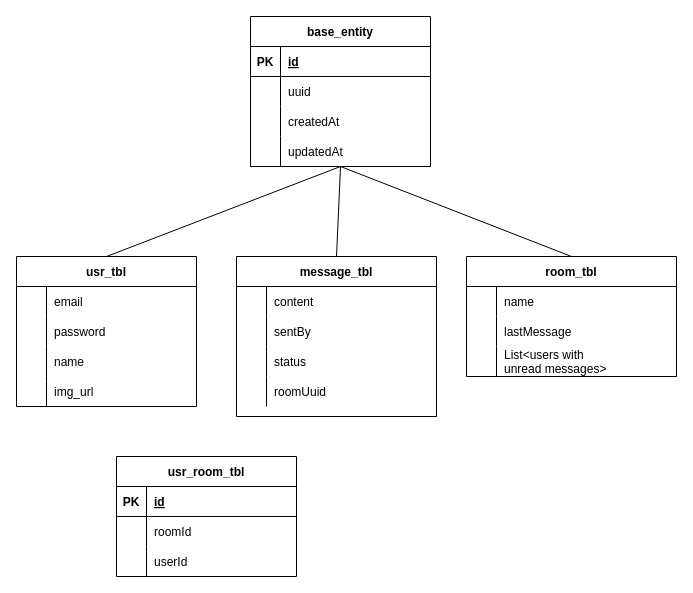
Earlier version of the draw.io diagram page "entities" (3 of 3) of plan.drawio (AyushDocs/whatsapp-spring-cloud-next-clone). Source tidied: cells renumbered, new cells numbered last; positions are measured from the earlier drawing's top-left corner, leaving out a move shared by most shapes. Both pictures are drawn from the tidied source at 100%, with x=0, y=0 at pixel (16, 16).
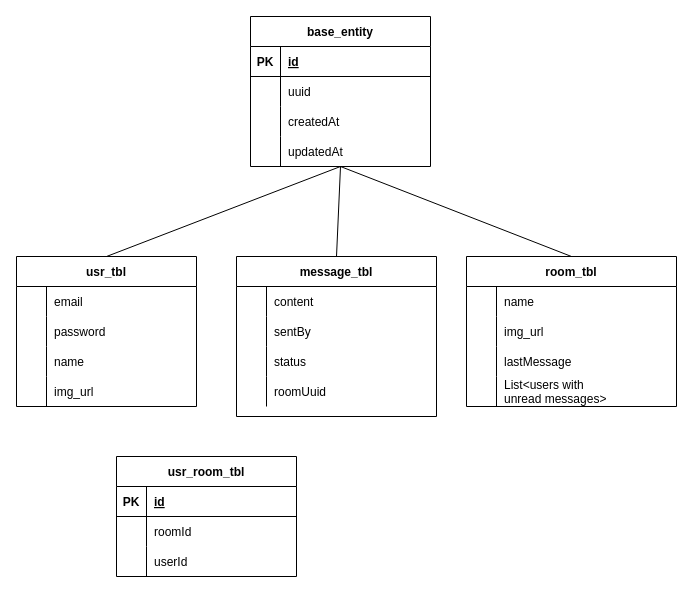
After the change.

What changed in the source:
```diff
@@
     <mxCell id="43" value="room_tbl" style="shape=table;startSize=30;childLayout=tableLayout;rowLines=0;fontStyle=1;align=center;" parent="1" vertex="1">
-      <mxGeometry x="450" y="240" width="210" height="120" as="geometry" />
+      <mxGeometry x="450" y="240" width="210" height="150" as="geometry" />
     </mxCell>
@@
+    <mxCell id="64" style="shape=tableRow;horizontal=0;startSize=0;swimlaneHead=0;swimlaneBody=0;fillColor=none;top=0;left=0;right=0;bottom=0;" parent="43" vertex="1">
+      <mxGeometry y="60" width="210" height="30" as="geometry" />
+    </mxCell>
+    <mxCell id="65" style="shape=partialRectangle;fillColor=none;top=0;left=0;bottom=0;right=0;overflow=hidden;" parent="64" vertex="1">
+      <mxGeometry width="30" height="30" as="geometry" />
+    </mxCell>
+    <mxCell id="66" value="img_url" style="shape=partialRectangle;fillColor=none;top=0;left=0;bottom=0;right=0;align=left;spacingLeft=6;overflow=hidden;" parent="64" vertex="1">
+      <mxGeometry x="30" width="180" height="30" as="geometry" />
+    </mxCell>
     <mxCell id="47" style="shape=tableRow;horizontal=0;startSize=0;swimlaneHead=0;swimlaneBody=0;fillColor=none;top=0;left=0;right=0;bottom=0;" parent="43" vertex="1">
-      <mxGeometry y="60" width="210" height="30" as="geometry" />
+      <mxGeometry y="90" width="210" height="30" as="geometry" />
     </mxCell>
@@
     <mxCell id="50" style="shape=tableRow;horizontal=0;startSize=0;swimlaneHead=0;swimlaneBody=0;fillColor=none;top=0;left=0;right=0;bottom=0;" parent="43" vertex="1">
-      <mxGeometry y="90" width="210" height="30" as="geometry" />
+      <mxGeometry y="120" width="210" height="30" as="geometry" />
     </mxCell>
```
